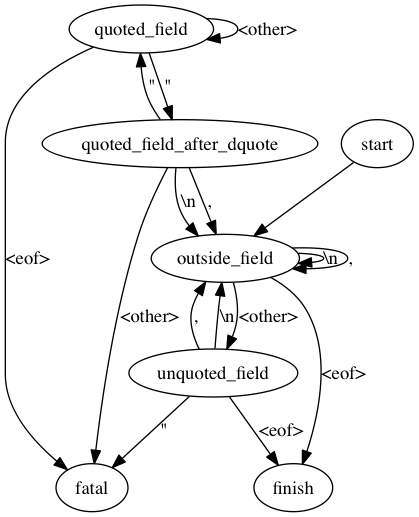
clarkgrubb/data-tools keeps this Graphviz diagram as src/fast-csv-to-tsv/state.png. Above is the earlier version. Its source is kept beside it as src/fast-csv-to-tsv/state.dot. Its diagram source:
```dot
digraph {
        start -> outside_field;

        outside_field -> outside_field [label="\\n"];
        outside_field -> outside_field [label=","];
        outside_field -> finish [label="<eof>"];
        outside_field -> unquoted_field [label="<other>"];

        unquoted_field -> outside_field [label=","];
        unquoted_field -> outside_field [label="\\n"];
        unquoted_field -> finish [label="<eof>"];
        unquoted_field -> fatal [label="\""];

        quoted_field -> quoted_field [label="<other>"];
        quoted_field -> quoted_field_after_dquote [label="\""];
        quoted_field -> fatal [label="<eof>"];

        quoted_field_after_dquote -> quoted_field [label="\""];
        quoted_field_after_dquote -> outside_field [label=","];
        quoted_field_after_dquote -> outside_field [label="\\n"];
        quoted_field_after_dquote -> fatal [label="<other>"];
 }
```
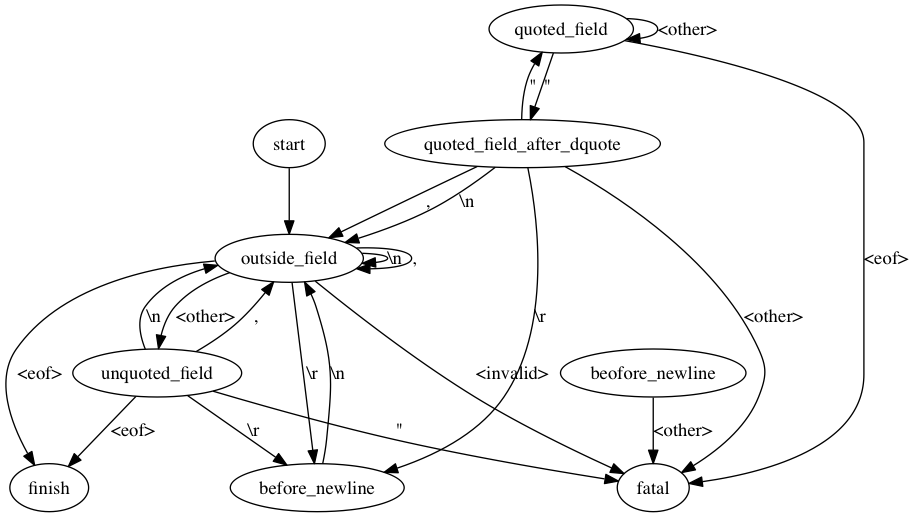
After the commit.

Diff of the diagram source:
```diff
@@ -2,12 +2,15 @@
         start -> outside_field;
 
         outside_field -> outside_field [label="\\n"];
+        outside_field -> before_newline [label="\\r"];
         outside_field -> outside_field [label=","];
         outside_field -> finish [label="<eof>"];
+        outside_field -> fatal [label="<invalid>"];
         outside_field -> unquoted_field [label="<other>"];
 
         unquoted_field -> outside_field [label=","];
         unquoted_field -> outside_field [label="\\n"];
+        unquoted_field -> before_newline [label="\\r"];
         unquoted_field -> finish [label="<eof>"];
         unquoted_field -> fatal [label="\""];
 
@@ -18,5 +21,9 @@
         quoted_field_after_dquote -> quoted_field [label="\""];
         quoted_field_after_dquote -> outside_field [label=","];
         quoted_field_after_dquote -> outside_field [label="\\n"];
+        quoted_field_after_dquote -> before_newline [label="\\r"];
         quoted_field_after_dquote -> fatal [label="<other>"];
+
+        before_newline -> outside_field [label="\\n"];
+        beofore_newline -> fatal [label="<other>"];
  }
```
